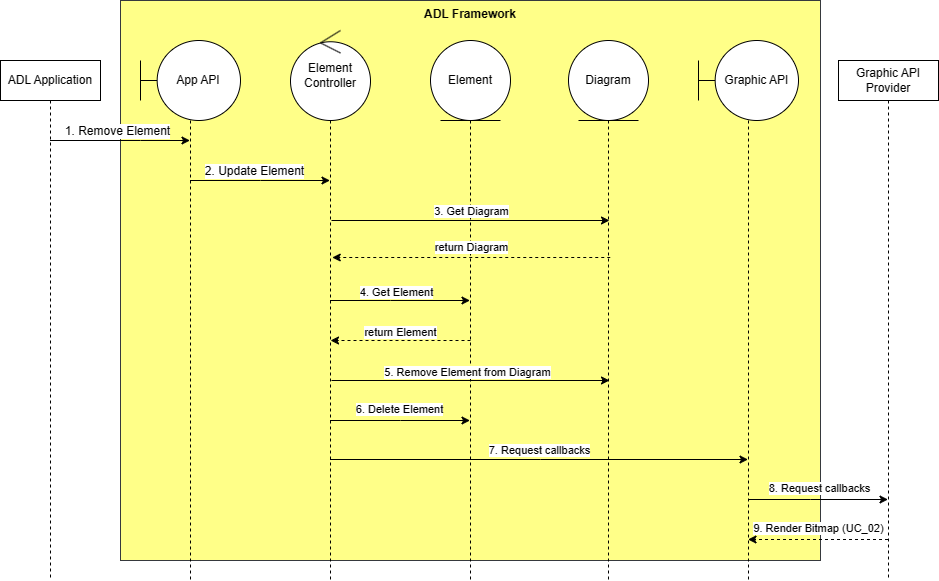
This is img/usecases_detail/RemoveElement.drawio.png from phunm211/SW-Associate-Architecture, a draw.io export, as it was before one commit. Source tidied: cells renumbered, new cells last; positions are measured from the earlier drawing's top-left corner, leaving out a move shared by most shapes. The source it was exported from:
```xml
<mxGraphModel>
  <root>
    <mxCell id="0" />
    <mxCell id="1" parent="0" />
    <mxCell id="2" value="ADL Framework" style="rounded=0;whiteSpace=wrap;html=1;strokeColor=#36393d;align=center;verticalAlign=top;fontFamily=Helvetica;fontSize=12;fillColor=#ffff88;fontStyle=1;" parent="1" vertex="1">
      <mxGeometry x="120" width="700" height="560" as="geometry" />
    </mxCell>
    <mxCell id="3" style="rounded=0;orthogonalLoop=1;jettySize=auto;html=1;dashed=1;" parent="1" edge="1">
      <mxGeometry relative="1" as="geometry">
        <mxPoint x="470" y="340" as="sourcePoint" />
        <mxPoint x="330" y="340" as="targetPoint" />
      </mxGeometry>
    </mxCell>
    <mxCell id="4" value="return Element" style="edgeLabel;html=1;align=center;verticalAlign=middle;" parent="3" vertex="1">
      <mxGeometry x="0.02" y="-4" relative="1" as="geometry">
        <mxPoint y="-5" as="offset" />
      </mxGeometry>
    </mxCell>
    <mxCell id="5" value="Element" style="shape=umlLifeline;perimeter=lifelinePerimeter;whiteSpace=wrap;html=1;outlineConnect=0;portConstraint=eastwest;newEdgeStyle={&quot;curved&quot;:0,&quot;rounded&quot;:0};participant=umlEntity;strokeColor=default;align=center;verticalAlign=middle;fontFamily=Helvetica;fontSize=12;fontColor=default;fillColor=default;size=80;" parent="1" vertex="1">
      <mxGeometry x="430" y="40" width="80" height="540" as="geometry" />
    </mxCell>
    <mxCell id="6" style="rounded=0;jettySize=auto;html=1;fontFamily=Helvetica;fontSize=12;fontColor=default;" parent="1" edge="1" source="8" target="18">
      <mxGeometry relative="1" as="geometry">
        <Array as="points">
          <mxPoint x="140" y="140" />
        </Array>
      </mxGeometry>
    </mxCell>
    <mxCell id="7" value="1. Remove Element" style="edgeLabel;html=1;align=center;verticalAlign=middle;fontSize=12;fontFamily=Helvetica;fontColor=default;" parent="6" vertex="1">
      <mxGeometry x="-0.04" y="2" relative="1" as="geometry">
        <mxPoint y="-8" as="offset" />
      </mxGeometry>
    </mxCell>
    <mxCell id="8" value="ADL Application" style="shape=umlLifeline;perimeter=lifelinePerimeter;whiteSpace=wrap;html=1;outlineConnect=0;portConstraint=eastwest;newEdgeStyle={&quot;curved&quot;:0,&quot;rounded&quot;:0};" parent="1" vertex="1">
      <mxGeometry y="60" width="100" height="520" as="geometry" />
    </mxCell>
    <mxCell id="9" style="rounded=0;jettySize=auto;html=1;fontFamily=Helvetica;fontSize=12;fontColor=default;" parent="1" edge="1" source="18" target="17">
      <mxGeometry relative="1" as="geometry">
        <Array as="points">
          <mxPoint x="260" y="180" />
        </Array>
      </mxGeometry>
    </mxCell>
    <mxCell id="10" value="2. Update Element" style="edgeLabel;html=1;align=center;verticalAlign=middle;fontSize=12;fontFamily=Helvetica;fontColor=default;" parent="9" vertex="1">
      <mxGeometry x="-0.09" y="-1" relative="1" as="geometry">
        <mxPoint y="-11" as="offset" />
      </mxGeometry>
    </mxCell>
    <mxCell id="11" style="rounded=0;orthogonalLoop=1;jettySize=auto;html=1;" parent="1" edge="1">
      <mxGeometry relative="1" as="geometry">
        <mxPoint x="329.5" y="459" as="sourcePoint" />
        <mxPoint x="747.5" y="459" as="targetPoint" />
        <Array as="points">
          <mxPoint x="540" y="459" />
        </Array>
      </mxGeometry>
    </mxCell>
    <mxCell id="12" value="7. Request callbacks" style="edgeLabel;html=1;align=center;verticalAlign=middle;" parent="11" vertex="1">
      <mxGeometry relative="1" as="geometry">
        <mxPoint y="-10" as="offset" />
      </mxGeometry>
    </mxCell>
    <mxCell id="13" style="rounded=0;orthogonalLoop=1;jettySize=auto;html=1;" parent="1" edge="1">
      <mxGeometry relative="1" as="geometry">
        <mxPoint x="331" y="380" as="sourcePoint" />
        <mxPoint x="609" y="380" as="targetPoint" />
      </mxGeometry>
    </mxCell>
    <mxCell id="14" value="5. Remove Element from Diagram" style="edgeLabel;html=1;align=center;verticalAlign=middle;" parent="13" vertex="1">
      <mxGeometry x="-0.03" y="3" relative="1" as="geometry">
        <mxPoint y="-6" as="offset" />
      </mxGeometry>
    </mxCell>
    <mxCell id="15" style="rounded=0;jettySize=auto;html=1;" parent="1" edge="1" source="17" target="5">
      <mxGeometry relative="1" as="geometry">
        <Array as="points">
          <mxPoint x="400" y="420" />
        </Array>
      </mxGeometry>
    </mxCell>
    <mxCell id="16" value="6. Delete Element" style="edgeLabel;html=1;align=center;verticalAlign=middle;" parent="15" vertex="1">
      <mxGeometry x="-0.01" y="3" relative="1" as="geometry">
        <mxPoint y="-9" as="offset" />
      </mxGeometry>
    </mxCell>
    <mxCell id="17" value="Element Controller" style="shape=umlLifeline;perimeter=lifelinePerimeter;whiteSpace=wrap;html=1;outlineConnect=0;portConstraint=eastwest;newEdgeStyle={&quot;curved&quot;:0,&quot;rounded&quot;:0};participant=umlControl;strokeColor=default;align=center;verticalAlign=middle;fontFamily=Helvetica;fontSize=12;fontColor=default;fillColor=default;size=90;" parent="1" vertex="1">
      <mxGeometry x="290" y="30" width="80" height="550" as="geometry" />
    </mxCell>
    <mxCell id="18" value="&amp;nbsp; &amp;nbsp; &amp;nbsp;App API" style="shape=umlLifeline;perimeter=lifelinePerimeter;whiteSpace=wrap;html=1;outlineConnect=0;portConstraint=eastwest;newEdgeStyle={&quot;curved&quot;:0,&quot;rounded&quot;:0};participant=umlBoundary;size=80;" parent="1" vertex="1">
      <mxGeometry x="140" y="40" width="100" height="540" as="geometry" />
    </mxCell>
    <mxCell id="19" style="rounded=0;orthogonalLoop=1;jettySize=auto;html=1;" parent="1" edge="1">
      <mxGeometry relative="1" as="geometry">
        <mxPoint x="329.5" y="300" as="sourcePoint" />
        <mxPoint x="469.5" y="300" as="targetPoint" />
        <Array as="points">
          <mxPoint x="390" y="300" />
        </Array>
      </mxGeometry>
    </mxCell>
    <mxCell id="20" value="4. Get Element" style="edgeLabel;html=1;align=center;verticalAlign=middle;" parent="19" vertex="1">
      <mxGeometry x="-0.05" y="3" relative="1" as="geometry">
        <mxPoint y="-6" as="offset" />
      </mxGeometry>
    </mxCell>
    <mxCell id="21" style="rounded=0;orthogonalLoop=1;jettySize=auto;html=1;" parent="1" edge="1">
      <mxGeometry relative="1" as="geometry">
        <mxPoint x="331" y="220" as="sourcePoint" />
        <mxPoint x="609" y="220" as="targetPoint" />
        <Array as="points">
          <mxPoint x="481.5" y="220" />
        </Array>
      </mxGeometry>
    </mxCell>
    <mxCell id="22" value="3. Get Diagram" style="edgeLabel;html=1;align=center;verticalAlign=middle;" parent="21" vertex="1">
      <mxGeometry x="0.65" y="-2" relative="1" as="geometry">
        <mxPoint x="-90" y="-12" as="offset" />
      </mxGeometry>
    </mxCell>
    <mxCell id="23" value="Diagram" style="shape=umlLifeline;perimeter=lifelinePerimeter;whiteSpace=wrap;html=1;newEdgeStyle={&quot;curved&quot;:0,&quot;rounded&quot;:0};participant=umlEntity;strokeColor=default;align=center;verticalAlign=middle;fontFamily=Helvetica;fontSize=12;fontColor=default;fillColor=default;size=80;" parent="1" vertex="1">
      <mxGeometry x="568" y="40" width="80" height="540" as="geometry" />
    </mxCell>
    <mxCell id="24" style="rounded=0;orthogonalLoop=1;jettySize=auto;html=1;dashed=1;" parent="1" edge="1">
      <mxGeometry relative="1" as="geometry">
        <mxPoint x="887.5" y="539" as="sourcePoint" />
        <mxPoint x="747.5" y="539" as="targetPoint" />
        <Array as="points">
          <mxPoint x="810" y="539" />
        </Array>
      </mxGeometry>
    </mxCell>
    <mxCell id="25" value="9. Render Bitmap (UC_02)" style="edgeLabel;html=1;align=center;verticalAlign=middle;" parent="24" vertex="1">
      <mxGeometry x="0.15" y="-2" relative="1" as="geometry">
        <mxPoint x="10" y="-10" as="offset" />
      </mxGeometry>
    </mxCell>
    <mxCell id="26" value="Graphic API Provider" style="shape=umlLifeline;perimeter=lifelinePerimeter;whiteSpace=wrap;html=1;newEdgeStyle={&quot;curved&quot;:0,&quot;rounded&quot;:0};" parent="1" vertex="1">
      <mxGeometry x="838" y="60" width="100" height="520" as="geometry" />
    </mxCell>
    <mxCell id="27" style="rounded=0;orthogonalLoop=1;jettySize=auto;html=1;" parent="1" edge="1">
      <mxGeometry relative="1" as="geometry">
        <mxPoint x="747.5" y="499" as="sourcePoint" />
        <mxPoint x="887.5" y="499" as="targetPoint" />
        <Array as="points">
          <mxPoint x="810" y="499" />
        </Array>
      </mxGeometry>
    </mxCell>
    <mxCell id="28" value="8. Request callbacks" style="edgeLabel;html=1;align=center;verticalAlign=middle;" parent="27" vertex="1">
      <mxGeometry x="-0.13" y="2" relative="1" as="geometry">
        <mxPoint x="10" y="-10" as="offset" />
      </mxGeometry>
    </mxCell>
    <mxCell id="29" value="&amp;nbsp; &amp;nbsp; &amp;nbsp;Graphic API" style="shape=umlLifeline;perimeter=lifelinePerimeter;whiteSpace=wrap;html=1;newEdgeStyle={&quot;curved&quot;:0,&quot;rounded&quot;:0};participant=umlBoundary;size=80;" parent="1" vertex="1">
      <mxGeometry x="698" y="40" width="100" height="540" as="geometry" />
    </mxCell>
    <mxCell id="30" value="return Diagram" style="rounded=0;orthogonalLoop=1;jettySize=auto;html=1;dashed=1;" parent="1" edge="1">
      <mxGeometry y="-10" relative="1" as="geometry">
        <mxPoint x="609.8" y="257" as="sourcePoint" />
        <mxPoint x="331.8" y="257" as="targetPoint" />
      </mxGeometry>
    </mxCell>
  </root>
</mxGraphModel>
```
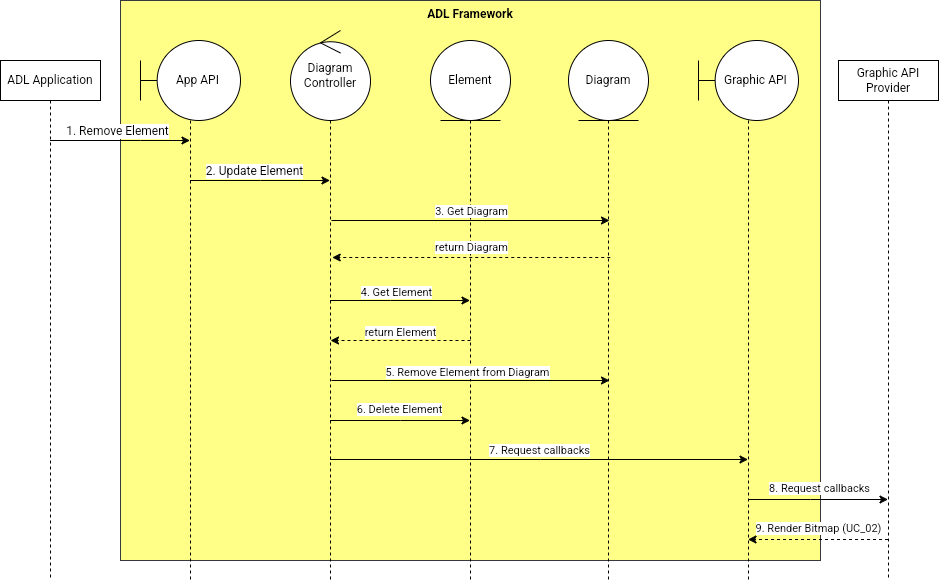
Later version of the same file.

What changed in the source:
```diff
@@ -83,7 +83,7 @@
         <mxPoint y="-9" as="offset" />
       </mxGeometry>
     </mxCell>
-    <mxCell id="17" value="Element Controller" style="shape=umlLifeline;perimeter=lifelinePerimeter;whiteSpace=wrap;html=1;outlineConnect=0;portConstraint=eastwest;newEdgeStyle={&quot;curved&quot;:0,&quot;rounded&quot;:0};participant=umlControl;strokeColor=default;align=center;verticalAlign=middle;fontFamily=Helvetica;fontSize=12;fontColor=default;fillColor=default;size=90;" parent="1" vertex="1">
+    <mxCell id="17" value="Diagram Controller" style="shape=umlLifeline;perimeter=lifelinePerimeter;whiteSpace=wrap;html=1;outlineConnect=0;portConstraint=eastwest;newEdgeStyle={&quot;curved&quot;:0,&quot;rounded&quot;:0};participant=umlControl;strokeColor=default;align=center;verticalAlign=middle;fontFamily=Helvetica;fontSize=12;fontColor=default;fillColor=default;size=90;" parent="1" vertex="1">
       <mxGeometry x="290" y="30" width="80" height="550" as="geometry" />
     </mxCell>
     <mxCell id="18" value="&amp;nbsp; &amp;nbsp; &amp;nbsp;App API" style="shape=umlLifeline;perimeter=lifelinePerimeter;whiteSpace=wrap;html=1;outlineConnect=0;portConstraint=eastwest;newEdgeStyle={&quot;curved&quot;:0,&quot;rounded&quot;:0};participant=umlBoundary;size=80;" parent="1" vertex="1">
```
